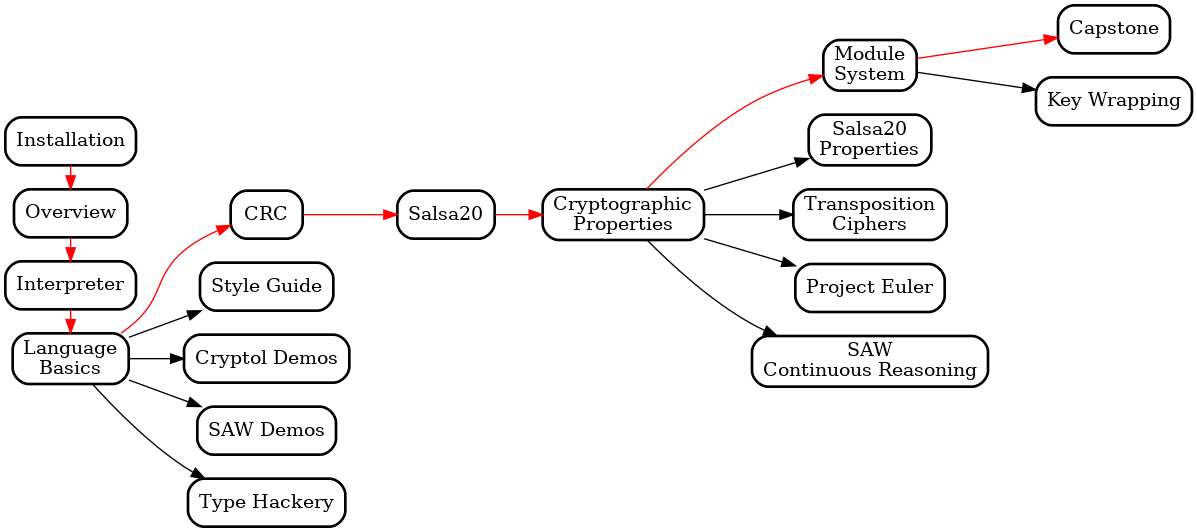
Above: misc/CryptolCourse.gv.png in weaversa/cryptol-course (Graphviz), before the change. Its source is kept beside it as misc/CryptolCourse.gv. Source of this version:
```dot
digraph  {

  bgcolor="transparent";
  rankdir="LR";

  node [shape="box", style="rounded,filled", fillcolor="white", penwidth = 2];
  edge [penwidth = 1];


  Installation               [URL="../INSTALL.html"];
  Overview                   [URL="../labs/Overview/Overview.html"];
  Interpreter                [URL="../labs/Interpreter/Interpreter.html"];
  LanguageBasics             [URL="../labs/Language/Basics.html"];
  CRC                        [URL="../labs/CRC/CRC.html"];
  Salsa20                    [URL="../labs/Salsa20/Salsa20.html"];
  CryptographicProperties    [URL="../labs/CryptoProofs/CryptoProofs.html"];
  ModuleSystem               [URL="../labs/ModuleSystem.html"];
  Capstone                   [URL="../labs/LoremIpsum/LoremIpsum.html"];

  node [fillcolor="white"];

  StyleGuide                 [URL="../cryptol-style.html"];
  CryptolDemos               [URL="../labs/Demos/Cryptol/Demos.html"];
  SAWDemos                   [URL="../labs/Demos/SAW/Demos.html"];
  TypeHackery                [URL="../labs/Language/IntroTypeHackery.html"];
  Salsa20Properties          [URL="../labs/Salsa20/Salsa20Props.html"];
  TranspositionCiphers       [URL="../labs/Transposition/Contents.html"];
  ProjectEuler               [URL="../labs/ProjectEuler/ProjectEuler.html"];
  ContinuousReasoning        [URL="../labs/SAW/SAW.html"];
  KeyWrapping                [URL="../labs/KeyWrapping/KeyWrapping.html"];


  LanguageBasics             [label = "Language\nBasics"]
  TypeHackery                [label = "Type Hackery"]
  CryptographicProperties    [label = "Cryptographic\nProperties"]
  KeyWrapping                [label = "Key Wrapping"]
  CryptolDemos               [label = "Cryptol Demos"]
  SAWDemos                   [label = "SAW Demos"]
  TranspositionCiphers       [label = "Transposition\nCiphers"]
  ModuleSystem               [label = "Module\nSystem"]
  Salsa20Properties          [label = "Salsa20\nProperties"]
  ContinuousReasoning        [label = "SAW\nContinuous Reasoning"];
  StyleGuide                 [label = "Style Guide"]
  ProjectEuler               [label = "Project Euler"]

  edge [color=red];

  Installation -> Overview;
  Overview -> Interpreter;
  Interpreter -> LanguageBasics;
  LanguageBasics -> CRC;
  CRC -> Salsa20;
  Salsa20 -> CryptographicProperties;
  CryptographicProperties -> ModuleSystem;
  ModuleSystem -> Capstone;

  edge [color=black];

  LanguageBasics -> StyleGuide;
  LanguageBasics -> CryptolDemos;
  LanguageBasics -> SAWDemos;
  LanguageBasics -> TypeHackery;
  CryptographicProperties -> Salsa20Properties;
  CryptographicProperties -> TranspositionCiphers;
  CryptographicProperties -> ProjectEuler;
  CryptographicProperties -> ContinuousReasoning
  ModuleSystem -> KeyWrapping;


  {
    rank = same;
    Installation;
    Overview;
    Interpreter;
    LanguageBasics;
  }

  {
    rank = same;
    CRC;
    StyleGuide;
    CryptolDemos;
    SAWDemos;
    TypeHackery;
  }

  {
    rank = same;
    ModuleSystem;
    Salsa20Properties;
    TranspositionCiphers;
    ProjectEuler;
    ContinuousReasoning;
  }

  {
    rank = same;
    Capstone;
    KeyWrapping;
  }

}
```
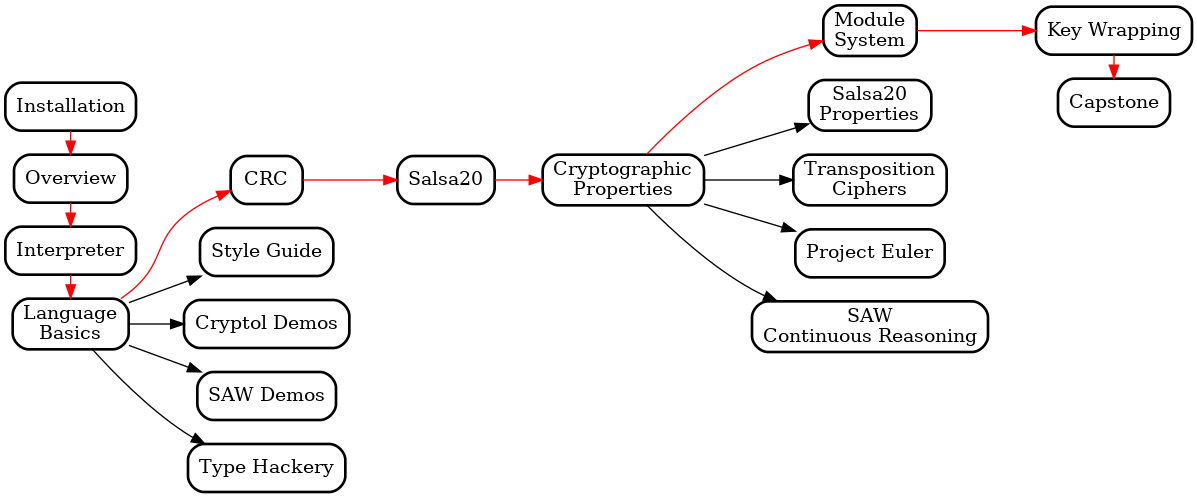
The same file after the commit.

What changed in the source:
```diff
@@ -15,6 +15,7 @@
   Salsa20                    [URL="../labs/Salsa20/Salsa20.html"];
   CryptographicProperties    [URL="../labs/CryptoProofs/CryptoProofs.html"];
   ModuleSystem               [URL="../labs/ModuleSystem.html"];
+  KeyWrapping                [URL="../labs/KeyWrapping/KeyWrapping.html"];
   Capstone                   [URL="../labs/LoremIpsum/LoremIpsum.html"];
 
   node [fillcolor="white"];
@@ -27,7 +28,6 @@
   TranspositionCiphers       [URL="../labs/Transposition/Contents.html"];
   ProjectEuler               [URL="../labs/ProjectEuler/ProjectEuler.html"];
   ContinuousReasoning        [URL="../labs/SAW/SAW.html"];
-  KeyWrapping                [URL="../labs/KeyWrapping/KeyWrapping.html"];
 
 
   LanguageBasics             [label = "Language\nBasics"]
@@ -52,7 +52,8 @@
   CRC -> Salsa20;
   Salsa20 -> CryptographicProperties;
   CryptographicProperties -> ModuleSystem;
-  ModuleSystem -> Capstone;
+  ModuleSystem -> KeyWrapping;
+  KeyWrapping -> Capstone;
 
   edge [color=black];
 
@@ -64,7 +65,6 @@
   CryptographicProperties -> TranspositionCiphers;
   CryptographicProperties -> ProjectEuler;
   CryptographicProperties -> ContinuousReasoning
-  ModuleSystem -> KeyWrapping;
 
 
   {
@@ -95,8 +95,8 @@
 
   {
     rank = same;
+    KeyWrapping;
     Capstone;
-    KeyWrapping;
   }
 
 }
```
